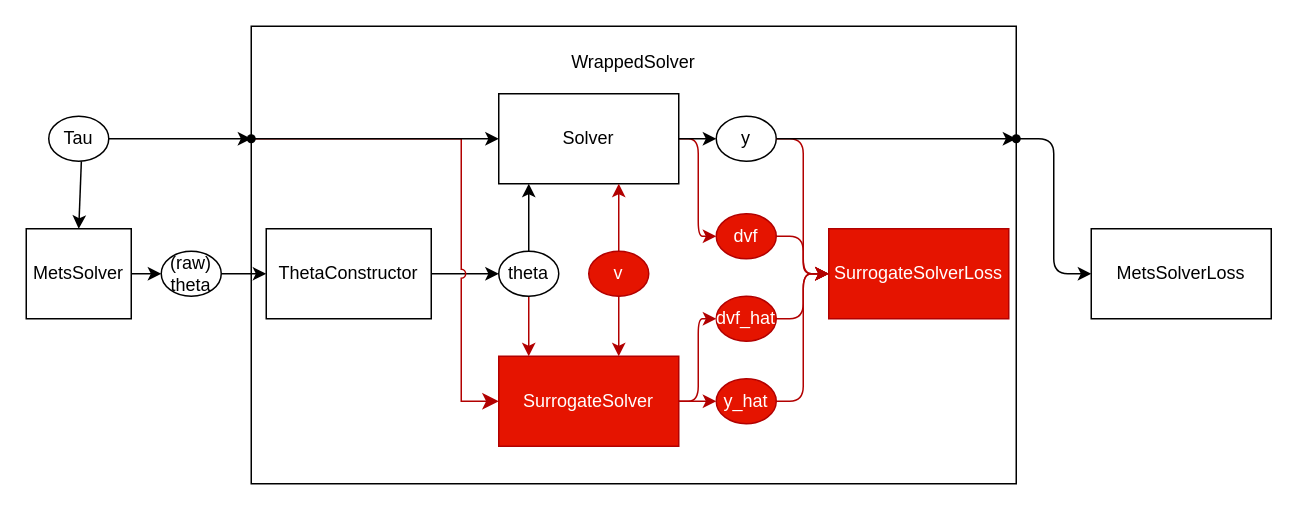
This is docs/architecture.drawio from arisakaso/nigbms, a draw.io file, before an edit. Source tidied: cells renumbered, new cells numbered last; positions are measured from the earlier drawing's top-left corner, leaving out a move shared by most shapes. Both pictures are drawn from the tidied source at 150%, with x=0, y=0 at pixel (26, 26).
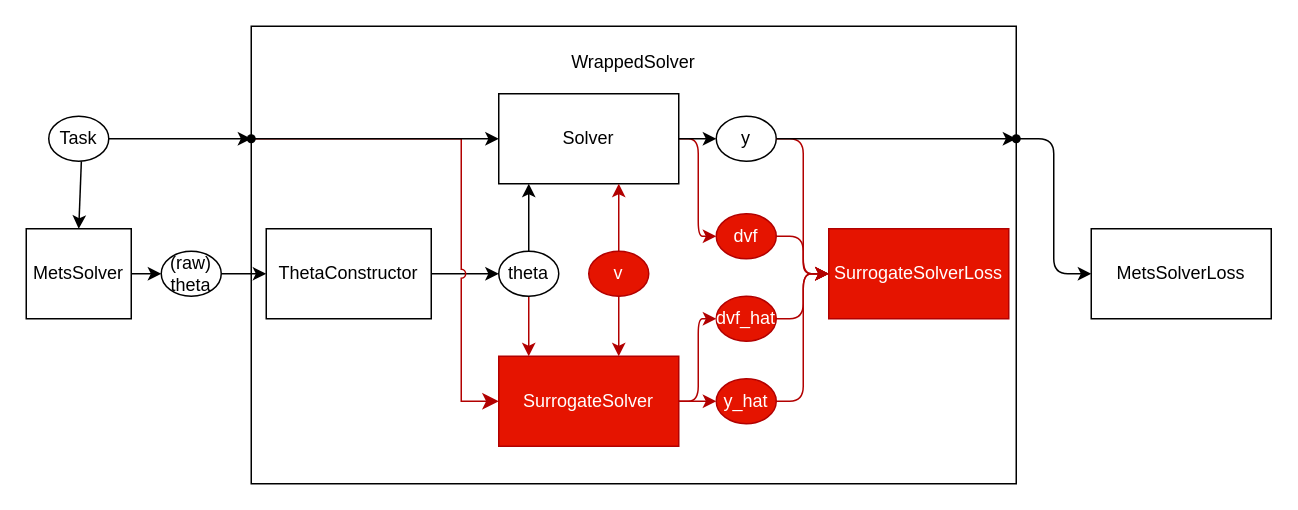
After the change.

Diff of the diagram source:
```diff
@@
-    <mxCell id="16" value="Tau" style="ellipse;whiteSpace=wrap;html=1;" parent="1" vertex="1">
+    <mxCell id="16" value="Task" style="ellipse;whiteSpace=wrap;html=1;" parent="1" vertex="1">
       <mxGeometry x="15" y="60" width="40" height="30" as="geometry" />
     </mxCell>
```
